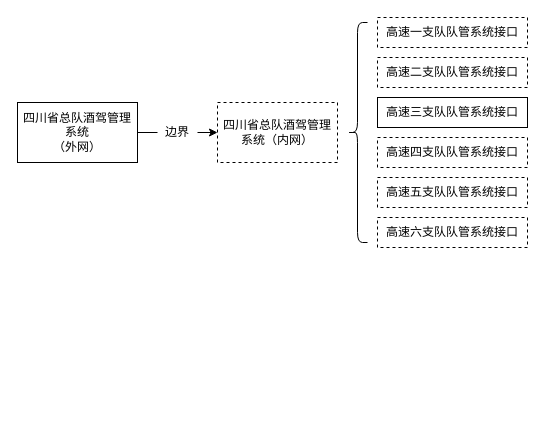
Before: Untitled Diagram.drawio in Lethezheyi/-, a draw.io diagram. Source tidied: cells renumbered, new cells numbered last; positions are measured from the earlier drawing's top-left corner, leaving out a move shared by most shapes. Both pictures are drawn from the tidied source at 100%, with x=0, y=0 at pixel (17, 17).
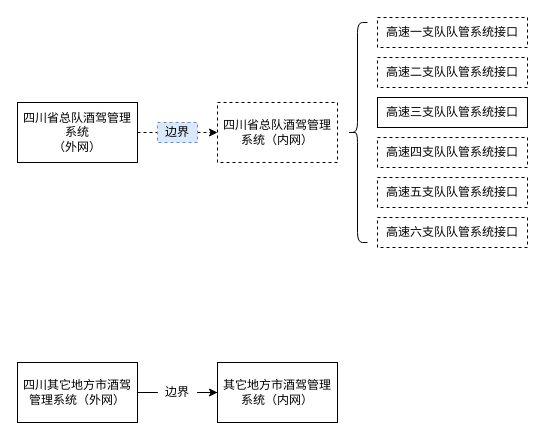
After the change.

Diff of the diagram source:
```diff
@@
 <mxGraphModel>
   <root>
     <mxCell id="0" />
     <mxCell id="1" parent="0" />
+    <mxCell id="14" style="edgeStyle=orthogonalEdgeStyle;rounded=0;jettySize=auto;html=1;entryX=0;entryY=0.5;entryDx=0;entryDy=0;dashed=1;" parent="1" edge="1" source="2" target="4">
+      <mxGeometry relative="1" as="geometry" />
+    </mxCell>
     <mxCell id="2" value="四川省总队酒驾管理系统&lt;br&gt;（外网）" style="rounded=0;whiteSpace=wrap;html=1;" parent="1" vertex="1">
       <mxGeometry y="85" width="120" height="60" as="geometry" />
     </mxCell>
-    <mxCell id="3" style="edgeStyle=orthogonalEdgeStyle;rounded=0;jettySize=auto;html=1;exitX=1;exitY=0.5;exitDx=0;exitDy=0;entryX=0;entryY=0.5;entryDx=0;entryDy=0;startArrow=none;" parent="1" edge="1" source="12" target="4">
-      <mxGeometry relative="1" as="geometry" />
-    </mxCell>
+    <mxCell id="15" style="edgeStyle=orthogonalEdgeStyle;rounded=0;jettySize=auto;html=1;startArrow=none;" parent="1" edge="1" source="12" target="17">
+      <mxGeometry relative="1" as="geometry" />
+    </mxCell>
+    <mxCell id="16" value="四川其它地方市酒驾管理系统（外网）" style="rounded=0;whiteSpace=wrap;html=1;" parent="1" vertex="1">
+      <mxGeometry y="345" width="120" height="60" as="geometry" />
+    </mxCell>
     <mxCell id="4" value="四川省总队酒驾管理系统（内网）" style="rounded=0;whiteSpace=wrap;html=1;dashed=1;" parent="1" vertex="1">
       <mxGeometry x="200" y="85" width="120" height="60" as="geometry" />
     </mxCell>
     <mxCell id="5" value="高速一支队队管系统接口" style="rounded=0;whiteSpace=wrap;html=1;dashed=1;" parent="1" vertex="1">
       <mxGeometry x="360" width="150" height="30" as="geometry" />
     </mxCell>
     <mxCell id="6" value="高速二支队队管系统接口" style="rounded=0;whiteSpace=wrap;html=1;dashed=1;" parent="1" vertex="1">
       <mxGeometry x="360" y="40" width="150" height="30" as="geometry" />
     </mxCell>
     <mxCell id="7" value="高速三支队队管系统接口" style="rounded=0;whiteSpace=wrap;html=1;" parent="1" vertex="1">
       <mxGeometry x="360" y="80" width="150" height="30" as="geometry" />
     </mxCell>
     <mxCell id="8" value="高速四支队队管系统接口" style="rounded=0;whiteSpace=wrap;html=1;dashed=1;" parent="1" vertex="1">
       <mxGeometry x="360" y="120" width="150" height="30" as="geometry" />
     </mxCell>
     <mxCell id="9" value="高速五支队队管系统接口" style="rounded=0;whiteSpace=wrap;html=1;dashed=1;" parent="1" vertex="1">
       <mxGeometry x="360" y="160" width="150" height="30" as="geometry" />
     </mxCell>
     <mxCell id="10" value="高速六支队队管系统接口" style="rounded=0;whiteSpace=wrap;html=1;dashed=1;" parent="1" vertex="1">
       <mxGeometry x="360" y="200" width="150" height="30" as="geometry" />
     </mxCell>
     <mxCell id="11" style="shape=curlyBracket;whiteSpace=wrap;html=1;rounded=1;" parent="1" vertex="1">
       <mxGeometry x="330" y="5" width="20" height="220" as="geometry" />
     </mxCell>
+    <mxCell id="17" value="其它地方市酒驾管理系统（内网）" style="rounded=0;whiteSpace=wrap;html=1;" parent="1" vertex="1">
+      <mxGeometry x="200" y="345" width="120" height="60" as="geometry" />
+    </mxCell>
     <mxCell id="12" value="边界" style="text;html=1;strokeColor=none;fillColor=none;align=center;verticalAlign=middle;whiteSpace=wrap;rounded=0;" parent="1" vertex="1">
-      <mxGeometry x="140" y="105" width="40" height="20" as="geometry" />
+      <mxGeometry x="140" y="365" width="40" height="20" as="geometry" />
     </mxCell>
-    <mxCell id="13" style="edgeStyle=orthogonalEdgeStyle;rounded=0;jettySize=auto;html=1;exitX=1;exitY=0.5;exitDx=0;exitDy=0;entryX=0;entryY=0.5;entryDx=0;entryDy=0;endArrow=none;" parent="1" edge="1" source="2" target="12">
-      <mxGeometry relative="1" as="geometry" />
-    </mxCell>
+    <mxCell id="18" style="edgeStyle=orthogonalEdgeStyle;rounded=0;jettySize=auto;html=1;endArrow=none;" parent="1" edge="1" source="16" target="12">
+      <mxGeometry relative="1" as="geometry" />
+    </mxCell>
+    <mxCell id="19" value="边界" style="text;html=1;strokeColor=#6c8ebf;fillColor=#dae8fc;align=center;verticalAlign=middle;whiteSpace=wrap;rounded=0;dashed=1;" parent="1" vertex="1">
+      <mxGeometry x="140" y="105" width="40" height="20" as="geometry" />
+    </mxCell>
   </root>
 </mxGraphModel>
```
